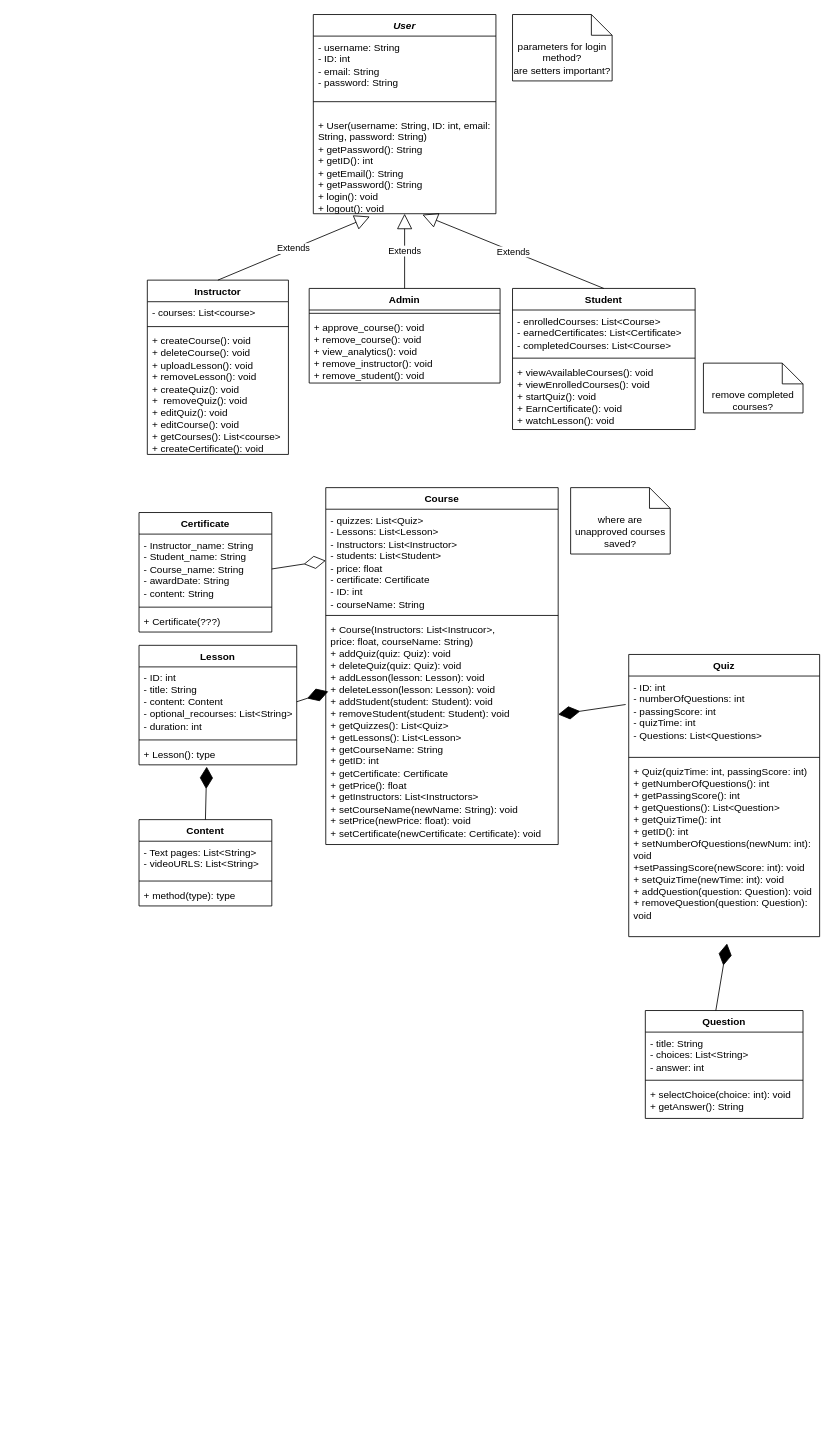
Earlier version of the draw.io diagram class diagram.drawio (Mahmoud5704/Bismillahi_arRahmani_arRahim-UML-). Source tidied: cells renumbered, new cells numbered last; positions are measured from the earlier drawing's top-left corner, leaving out a move shared by most shapes. Both pictures are drawn from the tidied source at 83%, with x=0, y=0 at pixel (139, 14).
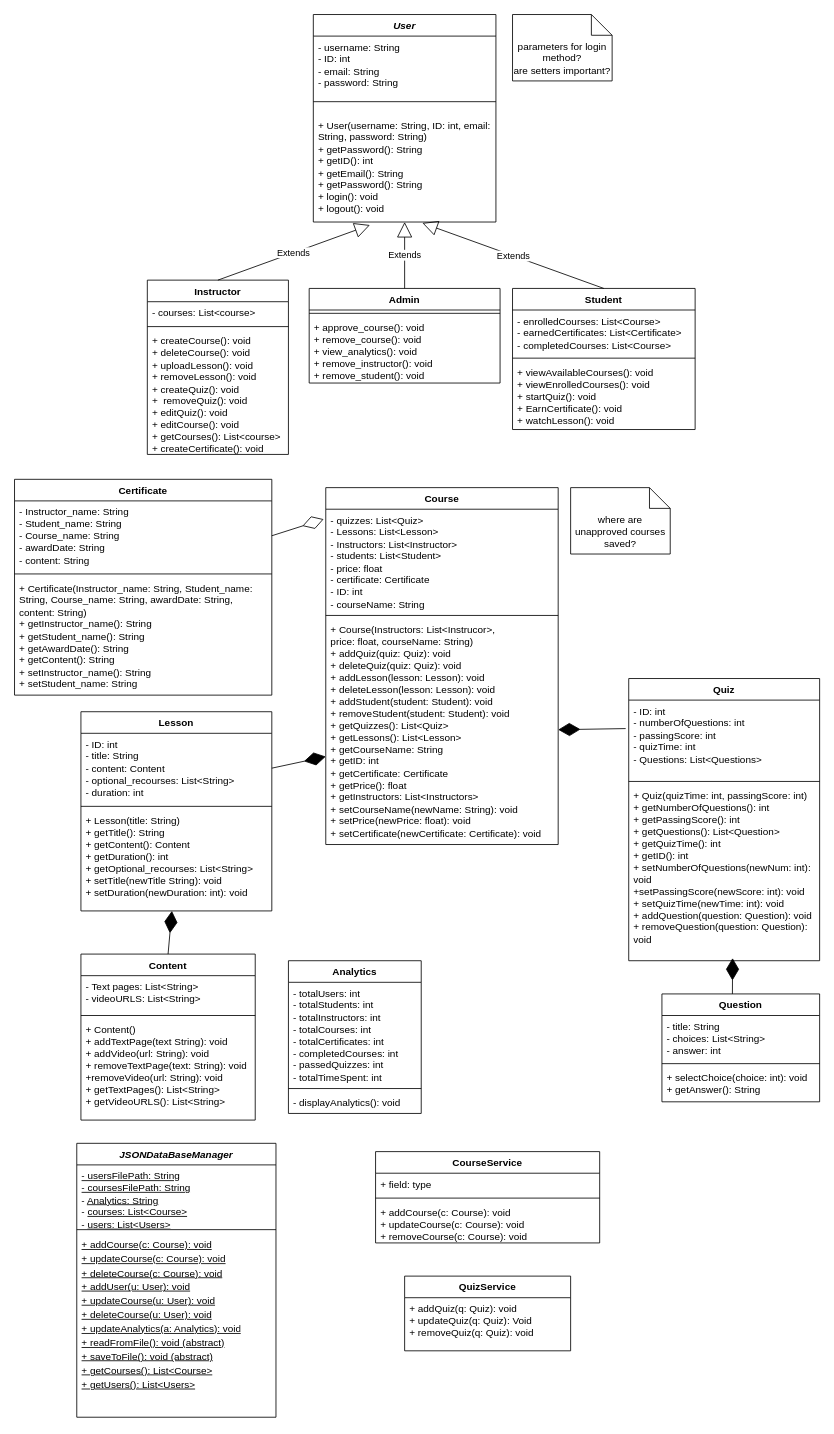
The same page after the edit.

Commit message:
JSONDataBaseManager and services

The change refers to these unchanged cells:
```xml
<mxCell id="28" value="- quizzes: List&amp;lt;Quiz&amp;gt;&lt;div&gt;- Lessons: List&amp;lt;Lesson&amp;gt;&lt;/div&gt;&lt;div&gt;- Instructors: List&amp;lt;Instructor&amp;gt;&lt;/div&gt;&lt;div&gt;- students: List&amp;lt;Student&amp;gt;&lt;/div&gt;&lt;div&gt;- price: float&lt;/div&gt;&lt;div&gt;- certificate: Certificate&lt;/div&gt;&lt;div&gt;- ID: int&lt;/div&gt;&lt;div&gt;- courseName: String&lt;/div&gt;" style="text;strokeColor=none;fillColor=none;align=left;verticalAlign=top;spacingLeft=4;spacingRight=4;overflow=hidden;points=[[0,0.5],[1,0.5]];portConstraint=eastwest;whiteSpace=wrap;html=1;" parent="27" vertex="1">
  <mxGeometry y="26" width="280" height="124" as="geometry" />
</mxCell>
<mxCell id="30" value="+ Course(Instructors: List&amp;lt;Instrucor&amp;gt;,&lt;div&gt;price: float, courseName: String)&lt;/div&gt;&lt;div&gt;+ addQuiz(quiz: Quiz): void&lt;/div&gt;&lt;div&gt;+ deleteQuiz(quiz: Quiz): void&lt;/div&gt;&lt;div&gt;+ addLesson(lesson: Lesson): void&lt;/div&gt;&lt;div&gt;+ deleteLesson(&lt;span style=&quot;background-color: transparent; color: light-dark(rgb(0, 0, 0), rgb(255, 255, 255));&quot;&gt;lesson: Lesson&lt;/span&gt;&lt;span style=&quot;background-color: transparent; color: light-dark(rgb(0, 0, 0), rgb(255, 255, 255));&quot;&gt;): void&lt;/span&gt;&lt;/div&gt;&lt;div&gt;+ addStudent(student: Student): void&lt;/div&gt;&lt;div&gt;+ removeStudent(&lt;span style=&quot;background-color: transparent; color: light-dark(rgb(0, 0, 0), rgb(255, 255, 255));&quot;&gt;student: Student&lt;/span&gt;&lt;span style=&quot;background-color: transparent; color: light-dark(rgb(0, 0, 0), rgb(255, 255, 255));&quot;&gt;): void&lt;/span&gt;&lt;/div&gt;&lt;div&gt;&lt;span style=&quot;background-color: transparent; color: light-dark(rgb(0, 0, 0), rgb(255, 255, 255));&quot;&gt;+ getQuizzes(): List&amp;lt;Quiz&amp;gt;&lt;/span&gt;&lt;/div&gt;&lt;div&gt;&lt;span style=&quot;background-color: transparent; color: light-dark(rgb(0, 0, 0), rgb(255, 255, 255));&quot;&gt;+ getLessons(): List&amp;lt;Lesson&amp;gt;&lt;/span&gt;&lt;/div&gt;&lt;div&gt;&lt;span style=&quot;background-color: transparent; color: light-dark(rgb(0, 0, 0), rgb(255, 255, 255));&quot;&gt;+ getCourseName: String&lt;/span&gt;&lt;/div&gt;&lt;div&gt;&lt;span style=&quot;background-color: transparent; color: light-dark(rgb(0, 0, 0), rgb(255, 255, 255));&quot;&gt;+ getID: int&lt;/span&gt;&lt;/div&gt;&lt;div&gt;&lt;span style=&quot;background-color: transparent; color: light-dark(rgb(0, 0, 0), rgb(255, 255, 255));&quot;&gt;+ getCertificate: Certificate&lt;/span&gt;&lt;/div&gt;&lt;div&gt;&lt;span style=&quot;background-color: transparent; color: light-dark(rgb(0, 0, 0), rgb(255, 255, 255));&quot;&gt;+ getPrice(): float&lt;/span&gt;&lt;/div&gt;&lt;div&gt;&lt;span style=&quot;background-color: transparent; color: light-dark(rgb(0, 0, 0), rgb(255, 255, 255));&quot;&gt;+ getInstructors: List&amp;lt;Instructors&amp;gt;&lt;/span&gt;&lt;/div&gt;&lt;div&gt;&lt;span style=&quot;background-color: transparent; color: light-dark(rgb(0, 0, 0), rgb(255, 255, 255));&quot;&gt;+ setCourseName(newName: String): void&lt;/span&gt;&lt;/div&gt;&lt;div&gt;&lt;span style=&quot;background-color: transparent; color: light-dark(rgb(0, 0, 0), rgb(255, 255, 255));&quot;&gt;+ setPrice(newPrice: float): void&lt;/span&gt;&lt;/div&gt;&lt;div&gt;&lt;span style=&quot;background-color: transparent; color: light-dark(rgb(0, 0, 0), rgb(255, 255, 255));&quot;&gt;+ setCertificate(newCertificate: Certificate): void&lt;/span&gt;&lt;/div&gt;" style="text;strokeColor=none;fillColor=none;align=left;verticalAlign=top;spacingLeft=4;spacingRight=4;overflow=hidden;points=[[0,0.5],[1,0.5]];portConstraint=eastwest;whiteSpace=wrap;html=1;" parent="27" vertex="1">
  <mxGeometry y="158" width="280" height="272" as="geometry" />
</mxCell>
<mxCell id="39" value="+ Quiz(quizTime: int, passingScore: int)&lt;div&gt;+ getNumberOfQuestions(): int&lt;/div&gt;&lt;div&gt;+ getPassingScore(): int&lt;/div&gt;&lt;div&gt;+ getQuestions(): List&amp;lt;Question&amp;gt;&lt;/div&gt;&lt;div&gt;+ getQuizTime(): int&lt;/div&gt;&lt;div&gt;+ getID(): int&lt;/div&gt;&lt;div&gt;+ setNumberOfQuestions(newNum: int): void&lt;/div&gt;&lt;div&gt;+setPassingScore(newScore: int): void&lt;/div&gt;&lt;div&gt;+ setQuizTime(newTime: int): void&lt;/div&gt;&lt;div&gt;+ addQuestion(question: Question): void&lt;/div&gt;&lt;div&gt;+ removeQuestion(question: Question): void&lt;/div&gt;" style="text;strokeColor=none;fillColor=none;align=left;verticalAlign=top;spacingLeft=4;spacingRight=4;overflow=hidden;points=[[0,0.5],[1,0.5]];portConstraint=eastwest;whiteSpace=wrap;html=1;" parent="36" vertex="1">
  <mxGeometry y="128" width="230" height="212" as="geometry" />
</mxCell>
```

What changed in the source:
```diff
@@
     <mxCell id="2" value="&lt;i&gt;User&lt;/i&gt;" style="swimlane;fontStyle=1;align=center;verticalAlign=top;horizontal=1;startSize=26;whiteSpace=wrap;html=1;" parent="1" vertex="1">
-      <mxGeometry x="210" width="220" height="240" as="geometry" />
+      <mxGeometry x="210" width="220" height="250" as="geometry" />
     </mxCell>
@@
+    <mxCell id="6" style="edgeStyle=orthogonalEdgeStyle;rounded=0;orthogonalLoop=1;jettySize=auto;html=1;exitX=1;exitY=0.5;exitDx=0;exitDy=0;" parent="2" edge="1" source="5" target="5">
+      <mxGeometry relative="1" as="geometry" />
+    </mxCell>
     <mxCell id="5" value="+ User(username: String, ID: int, email: String, password: String)&lt;div&gt;+ getPassword(): String&lt;/div&gt;&lt;div&gt;+ getID(): int&lt;/div&gt;&lt;div&gt;+ getEmail(): String&lt;/div&gt;&lt;div&gt;+ getPassword(): String&lt;/div&gt;&lt;div&gt;+ login(): void&lt;/div&gt;&lt;div&gt;+ logout(): void&lt;/div&gt;" style="text;strokeColor=none;fillColor=none;align=left;verticalAlign=top;spacingLeft=4;spacingRight=4;overflow=hidden;points=[[0,0.5],[1,0.5]];portConstraint=eastwest;whiteSpace=wrap;html=1;" parent="2" vertex="1">
-      <mxGeometry y="120" width="220" height="120" as="geometry" />
+      <mxGeometry y="120" width="220" height="130" as="geometry" />
     </mxCell>
-    <mxCell id="6" style="edgeStyle=orthogonalEdgeStyle;rounded=0;orthogonalLoop=1;jettySize=auto;html=1;exitX=1;exitY=0.5;exitDx=0;exitDy=0;" parent="2" edge="1" source="5" target="5">
-      <mxGeometry relative="1" as="geometry" />
-    </mxCell>
@@
-    <mxCell id="22" value="remove completed courses?" style="shape=note2;boundedLbl=1;whiteSpace=wrap;html=1;size=25;verticalAlign=top;align=center;" parent="1" vertex="1">
-      <mxGeometry x="680" y="420" width="120" height="60" as="geometry" />
-    </mxCell>
     <mxCell id="23" value="Certificate" style="swimlane;fontStyle=1;align=center;verticalAlign=top;horizontal=1;startSize=26;whiteSpace=wrap;html=1;" parent="1" vertex="1">
-      <mxGeometry y="600" width="160" height="144" as="geometry" />
+      <mxGeometry x="-150" y="560" width="310" height="260" as="geometry" />
     </mxCell>
     <mxCell id="24" value="- Instructor_name: String&lt;div&gt;- Student_name: String&lt;/div&gt;&lt;div&gt;- Course_name: String&lt;/div&gt;&lt;div&gt;- awardDate: String&lt;/div&gt;&lt;div&gt;- content: String&lt;/div&gt;" style="text;strokeColor=none;fillColor=none;align=left;verticalAlign=top;spacingLeft=4;spacingRight=4;overflow=hidden;points=[[0,0.5],[1,0.5]];portConstraint=eastwest;whiteSpace=wrap;html=1;" parent="23" vertex="1">
-      <mxGeometry y="26" width="160" height="84" as="geometry" />
+      <mxGeometry y="26" width="310" height="84" as="geometry" />
     </mxCell>
     <mxCell id="25" style="line;strokeWidth=1;fillColor=none;align=left;verticalAlign=middle;spacingTop=-1;spacingLeft=3;spacingRight=3;labelPosition=right;strokeColor=inherit;" parent="23" vertex="1">
-      <mxGeometry y="110" width="160" height="8" as="geometry" />
+      <mxGeometry y="110" width="310" height="8" as="geometry" />
     </mxCell>
-    <mxCell id="26" value="+ Certificate(???)" style="text;strokeColor=none;fillColor=none;align=left;verticalAlign=top;spacingLeft=4;spacingRight=4;overflow=hidden;whiteSpace=wrap;html=1;" parent="23" vertex="1">
-      <mxGeometry y="118" width="160" height="26" as="geometry" />
+    <mxCell id="26" value="+ Certificate(Instructor_name: String, Student_name: String, Course_name: String, awardDate: String, content: String)&lt;div&gt;+ getInstructor_name(): String&lt;/div&gt;&lt;div&gt;+ getStudent_name(): String&lt;/div&gt;&lt;div&gt;+ getAwardDate(): String&lt;/div&gt;&lt;div&gt;+ getContent(): String&lt;/div&gt;&lt;div&gt;+ setInstructor_name(): String&lt;/div&gt;&lt;div&gt;+ setStudent_name: String&lt;/div&gt;&lt;div&gt;&lt;br&gt;&lt;/div&gt;" style="text;strokeColor=none;fillColor=none;align=left;verticalAlign=top;spacingLeft=4;spacingRight=4;overflow=hidden;whiteSpace=wrap;html=1;" parent="23" vertex="1">
+      <mxGeometry y="118" width="310" height="142" as="geometry" />
     </mxCell>
@@
     <mxCell id="32" value="Lesson" style="swimlane;fontStyle=1;align=center;verticalAlign=top;horizontal=1;startSize=26;whiteSpace=wrap;html=1;" parent="1" vertex="1">
-      <mxGeometry y="760" width="190" height="144" as="geometry" />
+      <mxGeometry x="-70" y="840" width="230" height="240" as="geometry" />
     </mxCell>
     <mxCell id="33" value="- ID: int&lt;div&gt;- title: String&lt;/div&gt;&lt;div&gt;- content: Content&lt;/div&gt;&lt;div&gt;- optional_recourses: List&amp;lt;String&amp;gt;&lt;/div&gt;&lt;div&gt;- duration: int&lt;/div&gt;" style="text;strokeColor=none;fillColor=none;align=left;verticalAlign=top;spacingLeft=4;spacingRight=4;overflow=hidden;points=[[0,0.5],[1,0.5]];portConstraint=eastwest;whiteSpace=wrap;html=1;" parent="32" vertex="1">
-      <mxGeometry y="26" width="190" height="84" as="geometry" />
+      <mxGeometry y="26" width="230" height="84" as="geometry" />
     </mxCell>
     <mxCell id="34" style="line;strokeWidth=1;fillColor=none;align=left;verticalAlign=middle;spacingTop=-1;spacingLeft=3;spacingRight=3;labelPosition=right;strokeColor=inherit;" parent="32" vertex="1">
-      <mxGeometry y="110" width="190" height="8" as="geometry" />
+      <mxGeometry y="110" width="230" height="8" as="geometry" />
     </mxCell>
-    <mxCell id="35" value="+ Lesson(): type" style="text;strokeColor=none;fillColor=none;align=left;verticalAlign=top;spacingLeft=4;spacingRight=4;overflow=hidden;points=[[0,0.5],[1,0.5]];portConstraint=eastwest;whiteSpace=wrap;html=1;" parent="32" vertex="1">
-      <mxGeometry y="118" width="190" height="26" as="geometry" />
+    <mxCell id="35" value="+ Lesson(title: String)&lt;div&gt;+ getTitle(): String&lt;/div&gt;&lt;div&gt;+ getContent(): Content&lt;/div&gt;&lt;div&gt;+ getDuration(): int&lt;/div&gt;&lt;div&gt;+ getOptional_recourses: List&amp;lt;String&amp;gt;&lt;/div&gt;&lt;div&gt;+ setTitle(newTitle String): void&lt;/div&gt;&lt;div&gt;+ setDuration(newDuration: int): void&lt;/div&gt;" style="text;strokeColor=none;fillColor=none;align=left;verticalAlign=top;spacingLeft=4;spacingRight=4;overflow=hidden;points=[[0,0.5],[1,0.5]];portConstraint=eastwest;whiteSpace=wrap;html=1;" parent="32" vertex="1">
+      <mxGeometry y="118" width="230" height="122" as="geometry" />
     </mxCell>
     <mxCell id="36" value="Quiz" style="swimlane;fontStyle=1;align=center;verticalAlign=top;horizontal=1;startSize=26;whiteSpace=wrap;html=1;" parent="1" vertex="1">
-      <mxGeometry x="590" y="771" width="230" height="340" as="geometry" />
+      <mxGeometry x="590" y="800" width="230" height="340" as="geometry" />
     </mxCell>
@@
     <mxCell id="40" value="Question" style="swimlane;fontStyle=1;align=center;verticalAlign=top;horizontal=1;startSize=26;whiteSpace=wrap;html=1;" parent="1" vertex="1">
-      <mxGeometry x="610" y="1200" width="190" height="130" as="geometry" />
+      <mxGeometry x="630" y="1180" width="190" height="130" as="geometry" />
     </mxCell>
@@
     <mxCell id="44" value="Content" style="swimlane;fontStyle=1;align=center;verticalAlign=top;horizontal=1;startSize=26;whiteSpace=wrap;html=1;" parent="1" vertex="1">
-      <mxGeometry y="970" width="160" height="104" as="geometry" />
+      <mxGeometry x="-70" y="1132" width="210" height="200" as="geometry" />
     </mxCell>
     <mxCell id="45" value="- Text pages: List&amp;lt;String&amp;gt;&lt;div&gt;- videoURLS: List&amp;lt;String&amp;gt;&lt;/div&gt;" style="text;strokeColor=none;fillColor=none;align=left;verticalAlign=top;spacingLeft=4;spacingRight=4;overflow=hidden;whiteSpace=wrap;html=1;" parent="44" vertex="1">
-      <mxGeometry y="26" width="160" height="44" as="geometry" />
+      <mxGeometry y="26" width="210" height="44" as="geometry" />
     </mxCell>
     <mxCell id="46" style="line;strokeWidth=1;fillColor=none;align=left;verticalAlign=middle;spacingTop=-1;spacingLeft=3;spacingRight=3;labelPosition=right;strokeColor=inherit;" parent="44" vertex="1">
-      <mxGeometry y="70" width="160" height="8" as="geometry" />
+      <mxGeometry y="70" width="210" height="8" as="geometry" />
     </mxCell>
-    <mxCell id="47" value="+ method(type): type" style="text;strokeColor=none;fillColor=none;align=left;verticalAlign=top;spacingLeft=4;spacingRight=4;overflow=hidden;whiteSpace=wrap;html=1;" parent="44" vertex="1">
-      <mxGeometry y="78" width="160" height="26" as="geometry" />
+    <mxCell id="47" value="+ Content()&lt;div&gt;+ addTextPage(text String): void&lt;/div&gt;&lt;div&gt;+ addVideo(url: String): void&lt;/div&gt;&lt;div&gt;+ removeTextPage(text: String): void&lt;/div&gt;&lt;div&gt;+removeVideo(url: String): void&lt;/div&gt;&lt;div&gt;+ getTextPages(): List&amp;lt;String&amp;gt;&lt;/div&gt;&lt;div&gt;+ getVideoURLS(): List&amp;lt;String&amp;gt;&lt;/div&gt;" style="text;strokeColor=none;fillColor=none;align=left;verticalAlign=top;spacingLeft=4;spacingRight=4;overflow=hidden;whiteSpace=wrap;html=1;" parent="44" vertex="1">
+      <mxGeometry y="78" width="210" height="122" as="geometry" />
     </mxCell>
-    <mxCell id="48" style="endArrow=diamondThin;endFill=1;endSize=24;html=1;rounded=0;exitX=0.447;exitY=0;exitDx=0;exitDy=0;exitPerimeter=0;entryX=0.515;entryY=1.039;entryDx=0;entryDy=0;entryPerimeter=0;" parent="1" edge="1" source="40" target="39">
+    <mxCell id="48" style="endArrow=diamondThin;endFill=1;endSize=24;html=1;rounded=0;exitX=0.447;exitY=0;exitDx=0;exitDy=0;exitPerimeter=0;entryX=0.544;entryY=0.985;entryDx=0;entryDy=0;entryPerimeter=0;" parent="1" edge="1" source="40" target="39">
       <mxGeometry relative="1" as="geometry" />
     </mxCell>
-    <mxCell id="49" style="endArrow=diamondThin;endFill=1;endSize=24;html=1;rounded=0;exitX=0.5;exitY=0;exitDx=0;exitDy=0;entryX=0.429;entryY=1.086;entryDx=0;entryDy=0;entryPerimeter=0;" parent="1" edge="1" source="44" target="35">
+    <mxCell id="49" style="endArrow=diamondThin;endFill=1;endSize=24;html=1;rounded=0;exitX=0.5;exitY=0;exitDx=0;exitDy=0;" parent="1" edge="1" source="44" target="35">
       <mxGeometry relative="1" as="geometry" />
     </mxCell>
-    <mxCell id="50" style="endArrow=diamondThin;endFill=0;endSize=24;html=1;rounded=0;exitX=1;exitY=0.5;exitDx=0;exitDy=0;entryX=0;entryY=0.5;entryDx=0;entryDy=0;" parent="1" edge="1" source="24" target="28">
+    <mxCell id="50" style="endArrow=diamondThin;endFill=0;endSize=24;html=1;rounded=0;exitX=1;exitY=0.5;exitDx=0;exitDy=0;entryX=-0.009;entryY=0.097;entryDx=0;entryDy=0;entryPerimeter=0;" parent="1" edge="1" source="24" target="28">
       <mxGeometry relative="1" as="geometry" />
     </mxCell>
@@
-    <mxCell id="52" style="endArrow=diamondThin;endFill=1;endSize=24;html=1;rounded=0;exitX=1;exitY=0.5;exitDx=0;exitDy=0;entryX=0.011;entryY=0.322;entryDx=0;entryDy=0;entryPerimeter=0;" parent="1" edge="1" source="33" target="30">
+    <mxCell id="52" style="endArrow=diamondThin;endFill=1;endSize=24;html=1;rounded=0;exitX=1;exitY=0.5;exitDx=0;exitDy=0;" parent="1" edge="1" source="33" target="30">
       <mxGeometry relative="1" as="geometry" />
     </mxCell>
+    <mxCell id="53" value="Analytics" style="swimlane;fontStyle=1;align=center;verticalAlign=top;horizontal=1;startSize=26;whiteSpace=wrap;html=1;" parent="1" vertex="1">
+      <mxGeometry x="180" y="1140" width="160" height="184" as="geometry" />
+    </mxCell>
+    <mxCell id="54" value="- totalUsers: int&lt;div&gt;- totalStudents: int&lt;/div&gt;&lt;div&gt;- totalInstructors: int&lt;/div&gt;&lt;div&gt;- totalCourses: int&lt;/div&gt;&lt;div&gt;- totalCertificates: int&lt;/div&gt;&lt;div&gt;- completedCourses: int&lt;/div&gt;&lt;div&gt;- passedQuizzes: int&lt;/div&gt;&lt;div&gt;- totalTimeSpent: int&lt;/div&gt;" style="text;strokeColor=none;fillColor=none;align=left;verticalAlign=top;spacingLeft=4;spacingRight=4;overflow=hidden;whiteSpace=wrap;html=1;" parent="53" vertex="1">
+      <mxGeometry y="26" width="160" height="124" as="geometry" />
+    </mxCell>
+    <mxCell id="55" style="line;strokeWidth=1;fillColor=none;align=left;verticalAlign=middle;spacingTop=-1;spacingLeft=3;spacingRight=3;labelPosition=right;strokeColor=inherit;" parent="53" vertex="1">
+      <mxGeometry y="150" width="160" height="8" as="geometry" />
+    </mxCell>
+    <mxCell id="56" value="- displayAnalytics(): void" style="text;strokeColor=none;fillColor=none;align=left;verticalAlign=top;spacingLeft=4;spacingRight=4;overflow=hidden;whiteSpace=wrap;html=1;" parent="53" vertex="1">
+      <mxGeometry y="158" width="160" height="26" as="geometry" />
+    </mxCell>
+    <mxCell id="57" value="&lt;i&gt;JSONDataBaseManager&lt;/i&gt;" style="swimlane;fontStyle=1;align=center;verticalAlign=top;horizontal=1;startSize=26;whiteSpace=wrap;html=1;" parent="1" vertex="1">
+      <mxGeometry x="-75" y="1360" width="240" height="330" as="geometry" />
+    </mxCell>
+    <mxCell id="58" value="&lt;u&gt;- usersFilePath: String&lt;/u&gt;&lt;div&gt;&lt;u&gt;- coursesFilePath: String&lt;br&gt;&lt;/u&gt;&lt;div&gt;&lt;span style=&quot;background-color: transparent; color: light-dark(rgb(0, 0, 0), rgb(255, 255, 255));&quot;&gt;- &lt;u&gt;Analytics: String&lt;/u&gt;&lt;/span&gt;&lt;/div&gt;&lt;div&gt;- &lt;u&gt;courses: List&amp;lt;Course&amp;gt;&lt;/u&gt;&lt;/div&gt;&lt;div&gt;- &lt;u&gt;users: List&amp;lt;Users&amp;gt;&lt;/u&gt;&lt;/div&gt;&lt;/div&gt;" style="text;strokeColor=none;fillColor=none;align=left;verticalAlign=top;spacingLeft=4;spacingRight=4;overflow=hidden;whiteSpace=wrap;html=1;" parent="57" vertex="1">
+      <mxGeometry y="26" width="240" height="74" as="geometry" />
+    </mxCell>
+    <mxCell id="59" style="line;strokeWidth=1;fillColor=none;align=left;verticalAlign=middle;spacingTop=-1;spacingLeft=3;spacingRight=3;labelPosition=right;strokeColor=inherit;" parent="57" vertex="1">
+      <mxGeometry y="100" width="240" height="8" as="geometry" />
+    </mxCell>
+    <mxCell id="60" value="&lt;div style=&quot;line-height: 140%;&quot;&gt;&lt;u&gt;+ addCourse(c: Course): void&lt;/u&gt;&lt;div&gt;&lt;u&gt;+ updateCourse(c: Course): void&lt;/u&gt;&lt;/div&gt;&lt;div&gt;&lt;u&gt;+ deleteCourse(c: Course): void&lt;/u&gt;&lt;/div&gt;&lt;div&gt;&lt;u&gt;+ addUser(u: User): void&lt;/u&gt;&lt;div&gt;&lt;u&gt;+ updateCours&lt;span style=&quot;background-color: light-dark(#ffffff, var(--ge-dark-color, #121212));&quot;&gt;e(u: User): void&lt;/span&gt;&lt;/u&gt;&lt;/div&gt;&lt;div&gt;&lt;u style=&quot;background-color: light-dark(#ffffff, var(--ge-dark-color, #121212));&quot;&gt;+ deleteCourse(u: User): void&lt;/u&gt;&lt;/div&gt;&lt;/div&gt;&lt;div&gt;&lt;u&gt;+ updateAnalytics(a: Analytics): void&lt;/u&gt;&lt;/div&gt;&lt;div&gt;&lt;u&gt;+ readFromFile(): void (abstract)&lt;/u&gt;&lt;/div&gt;&lt;div&gt;&lt;u&gt;+ saveToFile(): void (abstract)&lt;/u&gt;&lt;/div&gt;&lt;div&gt;&lt;u&gt;+ getCourses(): List&amp;lt;Course&amp;gt;&lt;/u&gt;&lt;/div&gt;&lt;div&gt;&lt;u&gt;+ getUsers(): List&amp;lt;Users&amp;gt;&lt;/u&gt;&lt;/div&gt;&lt;/div&gt;" style="text;strokeColor=none;fillColor=none;align=left;verticalAlign=top;spacingLeft=4;spacingRight=4;overflow=hidden;whiteSpace=wrap;html=1;" parent="57" vertex="1">
+      <mxGeometry y="108" width="240" height="222" as="geometry" />
+    </mxCell>
+    <mxCell id="61" value="CourseService" style="swimlane;fontStyle=1;align=center;verticalAlign=top;horizontal=1;startSize=26;whiteSpace=wrap;html=1;" parent="1" vertex="1">
+      <mxGeometry x="285" y="1370" width="270" height="110" as="geometry" />
+    </mxCell>
+    <mxCell id="62" value="+ field: type" style="text;strokeColor=none;fillColor=none;align=left;verticalAlign=top;spacingLeft=4;spacingRight=4;overflow=hidden;whiteSpace=wrap;html=1;" parent="61" vertex="1">
+      <mxGeometry y="26" width="270" height="26" as="geometry" />
+    </mxCell>
+    <mxCell id="63" style="line;strokeWidth=1;fillColor=none;align=left;verticalAlign=middle;spacingTop=-1;spacingLeft=3;spacingRight=3;labelPosition=right;strokeColor=inherit;" parent="61" vertex="1">
+      <mxGeometry y="52" width="270" height="8" as="geometry" />
+    </mxCell>
+    <mxCell id="64" value="+ addCourse(c: Course): void&lt;div&gt;+ updateCourse(c: Course): void&lt;/div&gt;&lt;div&gt;+ removeCourse(c: Course): void&lt;/div&gt;" style="text;strokeColor=none;fillColor=none;align=left;verticalAlign=top;spacingLeft=4;spacingRight=4;overflow=hidden;whiteSpace=wrap;html=1;" parent="61" vertex="1">
+      <mxGeometry y="60" width="270" height="50" as="geometry" />
+    </mxCell>
+    <mxCell id="65" value="&lt;b&gt;QuizService&lt;/b&gt;" style="swimlane;fontStyle=0;horizontal=1;startSize=26;fillColor=none;whiteSpace=wrap;html=1;" parent="1" vertex="1">
+      <mxGeometry x="320" y="1520" width="200" height="90" as="geometry" />
+    </mxCell>
+    <mxCell id="66" value="+ addQuiz(q: Quiz): void&lt;div&gt;+ updateQuiz(q: Quiz): Void&lt;/div&gt;&lt;div&gt;+ removeQuiz(q: Quiz): void&amp;nbsp;&lt;/div&gt;" style="text;strokeColor=none;fillColor=none;align=left;verticalAlign=top;spacingLeft=4;spacingRight=4;overflow=hidden;whiteSpace=wrap;html=1;" parent="65" vertex="1">
+      <mxGeometry y="26" width="200" height="64" as="geometry" />
+    </mxCell>
```
